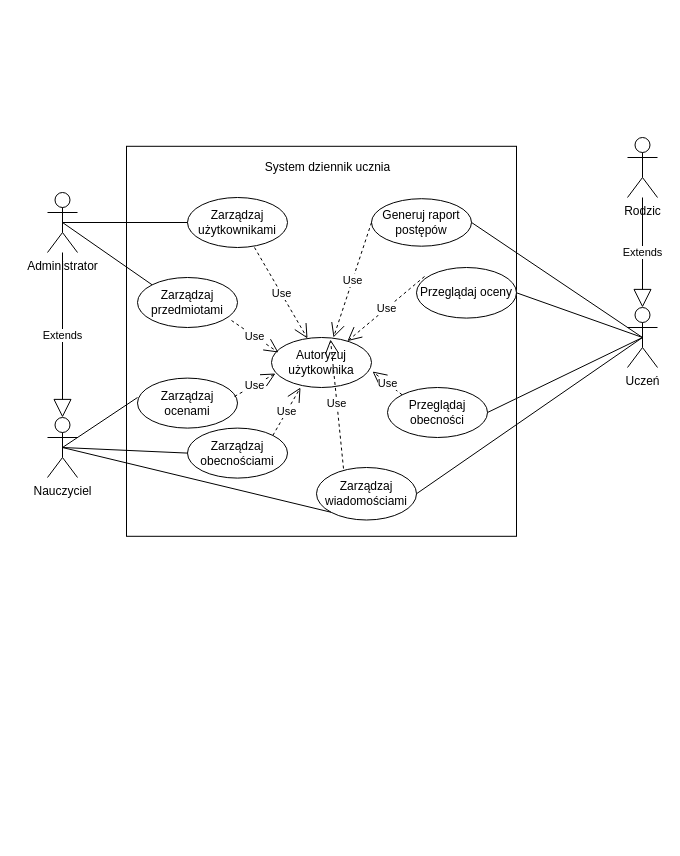
Earlier version of the draw.io diagram DPU.drawio (CezaryDobrenko/online-grade-book). Source tidied: cells renumbered, new cells numbered last; positions are measured from the earlier drawing's top-left corner, leaving out a move shared by most shapes. Both pictures are drawn from the tidied source at 100%, with x=0, y=0 at pixel (47, 137).
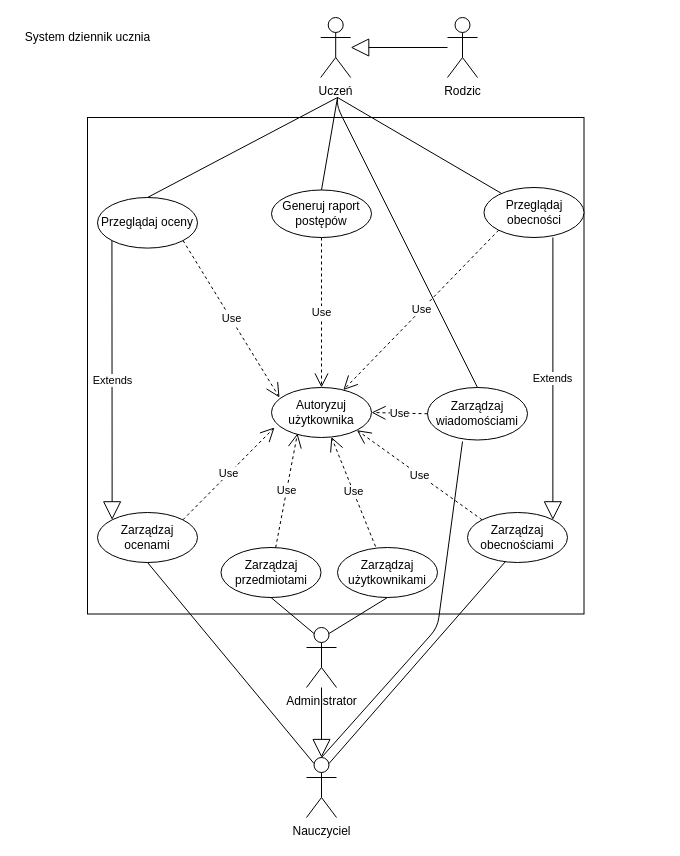
Above is the later version.

Change to the diagram source:
```diff
@@
     <mxCell id="2" style="whiteSpace=wrap;html=1;" parent="1" vertex="1">
-      <mxGeometry x="79" y="8.8" width="390" height="390" as="geometry" />
+      <mxGeometry x="40" y="-20" width="496.5" height="496.5" as="geometry" />
     </mxCell>
     <mxCell id="3" value="Uczeń" style="shape=umlActor;verticalLabelPosition=bottom;labelBackgroundColor=#ffffff;verticalAlign=top;html=1;outlineConnect=0;" parent="1" vertex="1">
-      <mxGeometry x="580" y="170" width="30" height="60" as="geometry" />
+      <mxGeometry x="273.2" y="-120" width="30" height="60" as="geometry" />
     </mxCell>
     <mxCell id="4" value="Rodzic" style="shape=umlActor;verticalLabelPosition=bottom;labelBackgroundColor=#ffffff;verticalAlign=top;html=1;outlineConnect=0;" parent="1" vertex="1">
-      <mxGeometry x="580" width="30" height="60" as="geometry" />
+      <mxGeometry x="400" y="-120" width="30" height="60" as="geometry" />
     </mxCell>
     <mxCell id="5" value="Administrator" style="shape=umlActor;verticalLabelPosition=bottom;labelBackgroundColor=#ffffff;verticalAlign=top;html=1;" parent="1" vertex="1">
-      <mxGeometry y="55" width="30" height="60" as="geometry" />
+      <mxGeometry x="259" y="490" width="30" height="60" as="geometry" />
     </mxCell>
     <mxCell id="6" value="Nauczyciel" style="shape=umlActor;verticalLabelPosition=bottom;labelBackgroundColor=#ffffff;verticalAlign=top;html=1;" parent="1" vertex="1">
-      <mxGeometry y="280" width="30" height="60" as="geometry" />
+      <mxGeometry x="259" y="620" width="30" height="60" as="geometry" />
     </mxCell>
     <mxCell id="7" value="Zarządzaj użytkownikami" style="ellipse;whiteSpace=wrap;html=1;" parent="1" vertex="1">
-      <mxGeometry x="140" y="60" width="100" height="50" as="geometry" />
+      <mxGeometry x="290" y="410" width="100" height="50" as="geometry" />
     </mxCell>
     <mxCell id="8" value="Zarządzaj ocenami" style="ellipse;whiteSpace=wrap;html=1;" parent="1" vertex="1">
-      <mxGeometry x="90" y="240.6" width="100" height="50" as="geometry" />
+      <mxGeometry x="50" y="375" width="100" height="50" as="geometry" />
     </mxCell>
     <mxCell id="9" value="Zarządzaj przedmiotami" style="ellipse;whiteSpace=wrap;html=1;" parent="1" vertex="1">
-      <mxGeometry x="90" y="140" width="100" height="50" as="geometry" />
+      <mxGeometry x="173.5" y="410" width="100" height="50" as="geometry" />
     </mxCell>
     <mxCell id="10" value="Zarządzaj obecnościami" style="ellipse;whiteSpace=wrap;html=1;" parent="1" vertex="1">
-      <mxGeometry x="140" y="290.6" width="100" height="50" as="geometry" />
+      <mxGeometry x="420" y="375" width="100" height="50" as="geometry" />
     </mxCell>
     <mxCell id="11" value="Autoryzuj użytkownika" style="ellipse;whiteSpace=wrap;html=1;" parent="1" vertex="1">
-      <mxGeometry x="224" y="200" width="100" height="50" as="geometry" />
+      <mxGeometry x="224" y="250" width="100" height="50" as="geometry" />
     </mxCell>
     <mxCell id="12" value="Generuj raport postępów" style="ellipse;whiteSpace=wrap;html=1;" parent="1" vertex="1">
-      <mxGeometry x="324" y="61.2" width="100" height="47.5" as="geometry" />
+      <mxGeometry x="224" y="52.5" width="100" height="47.5" as="geometry" />
     </mxCell>
-    <mxCell id="13" value="Use" style="endArrow=open;endSize=12;dashed=1;html=1;exitX=0.67;exitY=1;exitDx=0;exitDy=0;exitPerimeter=0;" parent="1" edge="1" source="7" target="11">
+    <mxCell id="13" value="Use" style="endArrow=open;endSize=12;dashed=1;html=1;exitX=0.38;exitY=-0.02;exitDx=0;exitDy=0;exitPerimeter=0;" parent="1" edge="1" source="7" target="11">
       <mxGeometry relative="1" as="geometry" />
     </mxCell>
-    <mxCell id="14" value="Use" style="endArrow=open;endSize=12;dashed=1;html=1;exitX=0.97;exitY=0.367;exitDx=0;exitDy=0;entryX=0.04;entryY=0.72;entryDx=0;entryDy=0;entryPerimeter=0;exitPerimeter=0;" parent="1" edge="1" source="8" target="11">
+    <mxCell id="14" value="Use" style="endArrow=open;endSize=12;dashed=1;html=1;exitX=1;exitY=0;exitDx=0;exitDy=0;entryX=0.03;entryY=0.8;entryDx=0;entryDy=0;entryPerimeter=0;" parent="1" edge="1" source="8" target="11">
       <mxGeometry relative="1" as="geometry" />
     </mxCell>
-    <mxCell id="15" value="Use" style="endArrow=open;endSize=12;dashed=1;html=1;entryX=0.07;entryY=0.3;entryDx=0;entryDy=0;exitX=0.94;exitY=0.86;exitDx=0;exitDy=0;entryPerimeter=0;exitPerimeter=0;" parent="1" edge="1" source="9" target="11">
+    <mxCell id="15" value="Use" style="endArrow=open;endSize=12;dashed=1;html=1;entryX=0.26;entryY=0.92;entryDx=0;entryDy=0;entryPerimeter=0;" parent="1" edge="1" source="9" target="11">
       <mxGeometry relative="1" as="geometry" />
     </mxCell>
-    <mxCell id="16" value="Use" style="endArrow=open;endSize=12;dashed=1;html=1;entryX=0.29;entryY=1;entryDx=0;entryDy=0;exitX=1;exitY=0;exitDx=0;exitDy=0;entryPerimeter=0;" parent="1" edge="1" source="10" target="11">
+    <mxCell id="16" value="Use" style="endArrow=open;endSize=12;dashed=1;html=1;entryX=1;entryY=1;entryDx=0;entryDy=0;exitX=0;exitY=0;exitDx=0;exitDy=0;" parent="1" edge="1" source="10" target="11">
       <mxGeometry relative="1" as="geometry" />
     </mxCell>
-    <mxCell id="17" style="endArrow=none;html=1;exitX=0.5;exitY=0.5;exitDx=0;exitDy=0;exitPerimeter=0;entryX=0;entryY=0.5;entryDx=0;entryDy=0;" parent="1" edge="1" source="5" target="7">
-      <mxGeometry relative="1" as="geometry" />
-    </mxCell>
-    <mxCell id="18" style="endArrow=none;html=1;entryX=0.5;entryY=0.5;entryDx=0;entryDy=0;entryPerimeter=0;exitX=0;exitY=0;exitDx=0;exitDy=0;" parent="1" edge="1" source="9" target="5">
-      <mxGeometry relative="1" as="geometry" />
-    </mxCell>
-    <mxCell id="19" style="endArrow=none;html=1;exitX=0.5;exitY=0.5;exitDx=0;exitDy=0;exitPerimeter=0;" parent="1" edge="1" source="6">
-      <mxGeometry relative="1" as="geometry">
-        <mxPoint x="90" y="260" as="targetPoint" />
-      </mxGeometry>
-    </mxCell>
-    <mxCell id="20" style="endArrow=none;html=1;exitX=0.5;exitY=0.5;exitDx=0;exitDy=0;exitPerimeter=0;entryX=0;entryY=0.5;entryDx=0;entryDy=0;" parent="1" edge="1" source="6" target="10">
-      <mxGeometry relative="1" as="geometry" />
-    </mxCell>
-    <mxCell id="21" value="Extends" style="endArrow=block;endSize=16;endFill=0;html=1;entryX=0.5;entryY=0;entryDx=0;entryDy=0;entryPerimeter=0;" parent="1" edge="1" source="5" target="6">
-      <mxGeometry relative="1" as="geometry" />
+    <mxCell id="21" style="endArrow=block;endSize=16;endFill=0;html=1;" parent="1" edge="1" source="5">
+      <mxGeometry x="0.43" y="-149" relative="1" as="geometry">
+        <mxPoint x="274" y="620" as="targetPoint" />
+      </mxGeometry>
     </mxCell>
     <mxCell id="22" value="System dziennik ucznia" style="text;html=1;align=center;verticalAlign=middle;" parent="1" vertex="1">
-      <mxGeometry x="210" y="20" width="140" height="20" as="geometry" />
+      <mxGeometry x="-30" y="-110" width="140" height="20" as="geometry" />
     </mxCell>
     <mxCell id="23" value="Zarządzaj wiadomościami" style="ellipse;whiteSpace=wrap;html=1;align=center;" parent="1" vertex="1">
-      <mxGeometry x="269" y="330" width="100" height="52.5" as="geometry" />
+      <mxGeometry x="380" y="250" width="100" height="52.5" as="geometry" />
     </mxCell>
-    <mxCell id="24" value="Use" style="endArrow=open;endSize=12;dashed=1;html=1;exitX=0;exitY=0.5;exitDx=0;exitDy=0;entryX=0.62;entryY=0;entryDx=0;entryDy=0;entryPerimeter=0;" parent="1" edge="1" source="12" target="11">
+    <mxCell id="24" value="Use" style="endArrow=open;endSize=12;dashed=1;html=1;exitX=0.5;exitY=1;exitDx=0;exitDy=0;entryX=0.5;entryY=0;entryDx=0;entryDy=0;" parent="1" edge="1" source="12" target="11">
       <mxGeometry relative="1" as="geometry" />
     </mxCell>
     <mxCell id="25" value="Przeglądaj oceny" style="ellipse;whiteSpace=wrap;html=1;align=center;" parent="1" vertex="1">
-      <mxGeometry x="369" y="130" width="100" height="50.6" as="geometry" />
+      <mxGeometry x="50" y="60" width="100" height="50.6" as="geometry" />
     </mxCell>
     <mxCell id="26" value="Przeglądaj obecności" style="ellipse;whiteSpace=wrap;html=1;align=center;" parent="1" vertex="1">
-      <mxGeometry x="340" y="250" width="100" height="50" as="geometry" />
+      <mxGeometry x="436.5" y="50" width="100" height="50" as="geometry" />
     </mxCell>
-    <mxCell id="27" value="Use" style="endArrow=open;endSize=12;dashed=1;html=1;exitX=0.08;exitY=0.178;exitDx=0;exitDy=0;exitPerimeter=0;" parent="1" edge="1" source="25" target="11">
+    <mxCell id="27" value="Use" style="endArrow=open;endSize=12;dashed=1;html=1;exitX=1;exitY=1;exitDx=0;exitDy=0;entryX=0.08;entryY=0.2;entryDx=0;entryDy=0;entryPerimeter=0;" parent="1" edge="1" source="25" target="11">
       <mxGeometry relative="1" as="geometry" />
     </mxCell>
-    <mxCell id="28" value="Use" style="endArrow=open;endSize=12;dashed=1;html=1;entryX=1.01;entryY=0.68;entryDx=0;entryDy=0;entryPerimeter=0;exitX=0;exitY=0;exitDx=0;exitDy=0;" parent="1" edge="1" source="26" target="11">
+    <mxCell id="28" value="Use" style="endArrow=open;endSize=12;dashed=1;html=1;exitX=0;exitY=1;exitDx=0;exitDy=0;" parent="1" edge="1" source="26" target="11">
       <mxGeometry relative="1" as="geometry" />
     </mxCell>
-    <mxCell id="29" style="endArrow=none;html=1;exitX=1;exitY=0.5;exitDx=0;exitDy=0;entryX=0.5;entryY=0.5;entryDx=0;entryDy=0;entryPerimeter=0;" parent="1" edge="1" source="12" target="3">
-      <mxGeometry relative="1" as="geometry" />
-    </mxCell>
-    <mxCell id="30" style="endArrow=none;html=1;exitX=1;exitY=0.5;exitDx=0;exitDy=0;entryX=0.5;entryY=0.5;entryDx=0;entryDy=0;entryPerimeter=0;" parent="1" edge="1" source="25" target="3">
-      <mxGeometry relative="1" as="geometry" />
-    </mxCell>
-    <mxCell id="31" style="endArrow=none;html=1;exitX=1;exitY=0.5;exitDx=0;exitDy=0;entryX=0.5;entryY=0.5;entryDx=0;entryDy=0;entryPerimeter=0;" parent="1" edge="1" source="26" target="3">
-      <mxGeometry relative="1" as="geometry" />
-    </mxCell>
-    <mxCell id="32" style="endArrow=none;html=1;exitX=1;exitY=0.5;exitDx=0;exitDy=0;entryX=0.5;entryY=0.5;entryDx=0;entryDy=0;entryPerimeter=0;" parent="1" edge="1" source="23" target="3">
-      <mxGeometry relative="1" as="geometry" />
-    </mxCell>
-    <mxCell id="33" value="Use" style="endArrow=open;endSize=12;dashed=1;html=1;exitX=0.27;exitY=0.019;exitDx=0;exitDy=0;entryX=0.59;entryY=0.04;entryDx=0;entryDy=0;entryPerimeter=0;exitPerimeter=0;" parent="1" edge="1" source="23" target="11">
+    <mxCell id="33" value="Use" style="endArrow=open;endSize=12;dashed=1;html=1;exitX=0;exitY=0.5;exitDx=0;exitDy=0;entryX=1;entryY=0.5;entryDx=0;entryDy=0;" parent="1" edge="1" source="23" target="11">
       <mxGeometry relative="1" as="geometry" />
     </mxCell>
-    <mxCell id="34" value="Extends" style="endArrow=block;endSize=16;endFill=0;html=1;" parent="1" edge="1" source="4" target="3">
+    <mxCell id="34" style="endArrow=block;endSize=16;endFill=0;html=1;" parent="1" edge="1" source="4" target="3">
       <mxGeometry relative="1" as="geometry" />
     </mxCell>
+    <mxCell id="36" value="Extends" style="endArrow=block;endSize=16;endFill=0;html=1;exitX=0;exitY=1;exitDx=0;exitDy=0;entryX=0;entryY=0;entryDx=0;entryDy=0;" parent="1" edge="1" source="25" target="8">
+      <mxGeometry relative="1" as="geometry" />
+    </mxCell>
+    <mxCell id="37" value="Extends" style="endArrow=block;endSize=16;endFill=0;html=1;entryX=1;entryY=0;entryDx=0;entryDy=0;exitX=0.689;exitY=1;exitDx=0;exitDy=0;exitPerimeter=0;" parent="1" edge="1" source="26" target="10">
+      <mxGeometry relative="1" as="geometry" />
+    </mxCell>
+    <mxCell id="17" style="endArrow=none;html=1;exitX=0.75;exitY=0.1;exitDx=0;exitDy=0;exitPerimeter=0;entryX=0.5;entryY=1;entryDx=0;entryDy=0;" parent="1" edge="1" source="5" target="7">
+      <mxGeometry relative="1" as="geometry" />
+    </mxCell>
+    <mxCell id="18" style="endArrow=none;html=1;exitX=0.5;exitY=1;exitDx=0;exitDy=0;entryX=0.25;entryY=0.1;entryDx=0;entryDy=0;entryPerimeter=0;" parent="1" edge="1" source="9" target="5">
+      <mxGeometry relative="1" as="geometry" />
+    </mxCell>
+    <mxCell id="38" style="endArrow=none;html=1;exitX=0.5;exitY=1;exitDx=0;exitDy=0;entryX=0.25;entryY=0.1;entryDx=0;entryDy=0;entryPerimeter=0;" parent="1" edge="1" source="8" target="6">
+      <mxGeometry relative="1" as="geometry" />
+    </mxCell>
+    <mxCell id="20" style="endArrow=none;html=1;exitX=0.75;exitY=0.1;exitDx=0;exitDy=0;exitPerimeter=0;entryX=0.38;entryY=0.98;entryDx=0;entryDy=0;entryPerimeter=0;" parent="1" edge="1" source="6" target="10">
+      <mxGeometry relative="1" as="geometry" />
+    </mxCell>
-    <mxCell id="35" style="endArrow=none;html=1;exitX=0.5;exitY=0.5;exitDx=0;exitDy=0;exitPerimeter=0;entryX=0;entryY=1;entryDx=0;entryDy=0;" parent="1" edge="1" source="6" target="23">
-      <mxGeometry relative="1" as="geometry" />
+    <mxCell id="35" style="endArrow=none;html=1;entryX=0.35;entryY=1.029;entryDx=0;entryDy=0;entryPerimeter=0;exitX=0.5;exitY=0;exitDx=0;exitDy=0;exitPerimeter=0;" parent="1" edge="1" source="6" target="23">
+      <mxGeometry relative="1" as="geometry">
+        <Array as="points">
+          <mxPoint x="390" y="490" />
+        </Array>
+      </mxGeometry>
     </mxCell>
+    <mxCell id="39" style="endArrow=none;html=1;" parent="1" edge="1" source="26">
+      <mxGeometry relative="1" as="geometry">
+        <mxPoint x="290" y="-40" as="targetPoint" />
+      </mxGeometry>
+    </mxCell>
+    <mxCell id="40" style="endArrow=none;html=1;exitX=0.5;exitY=0;exitDx=0;exitDy=0;" parent="1" edge="1" source="25">
+      <mxGeometry relative="1" as="geometry">
+        <mxPoint x="290" y="-40" as="targetPoint" />
+      </mxGeometry>
+    </mxCell>
+    <mxCell id="41" style="endArrow=none;html=1;exitX=0.5;exitY=0;exitDx=0;exitDy=0;" parent="1" edge="1" source="12">
+      <mxGeometry relative="1" as="geometry">
+        <mxPoint x="290" y="-40" as="targetPoint" />
+      </mxGeometry>
+    </mxCell>
+    <mxCell id="42" style="endArrow=none;html=1;exitX=0.5;exitY=0;exitDx=0;exitDy=0;" parent="1" edge="1" source="23">
+      <mxGeometry relative="1" as="geometry">
+        <mxPoint x="290" y="-40" as="targetPoint" />
+        <Array as="points">
+          <mxPoint x="290" y="-30" />
+        </Array>
+      </mxGeometry>
+    </mxCell>
```
